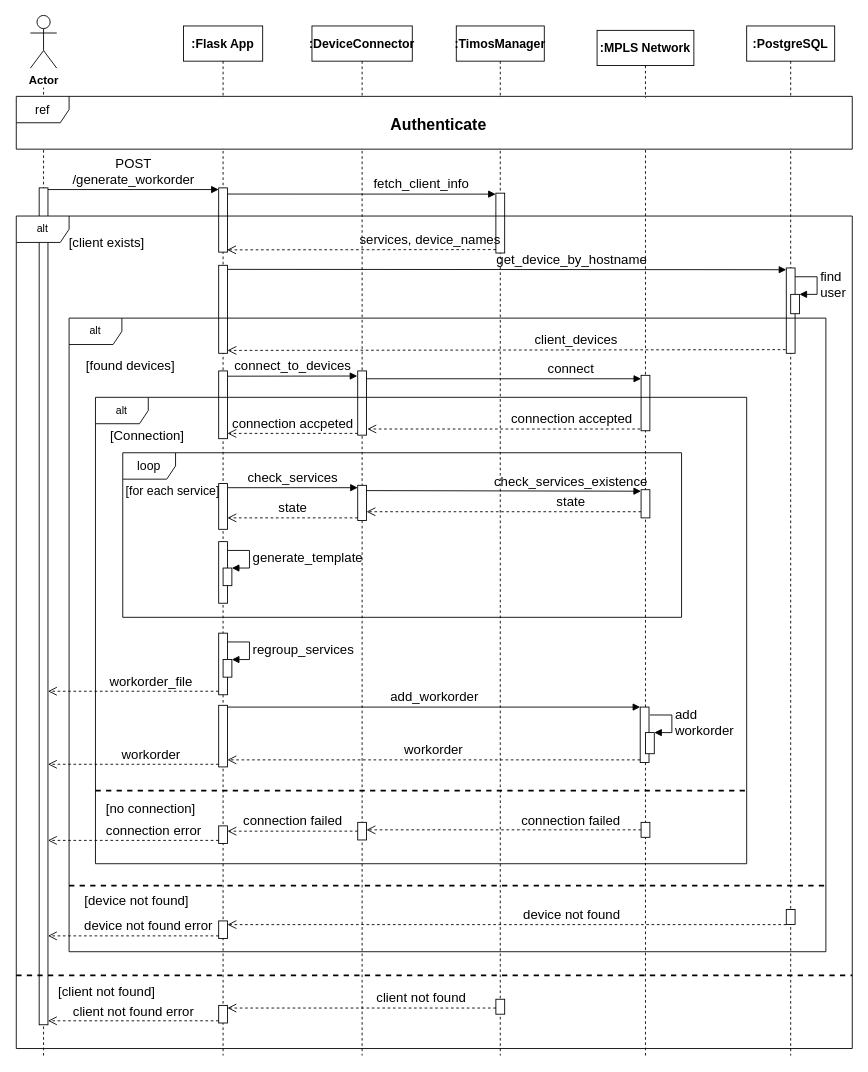
DrXneaky/Diagram keeps this draw.io diagram as sequence_generate_workorder.drawio. Above is the earlier version. Source tidied: cells renumbered, new cells numbered last; positions are measured from the earlier drawing's top-left corner, leaving out a move shared by most shapes. Both pictures are drawn from the tidied source at 88%, with x=0, y=0 at pixel (16, 15).
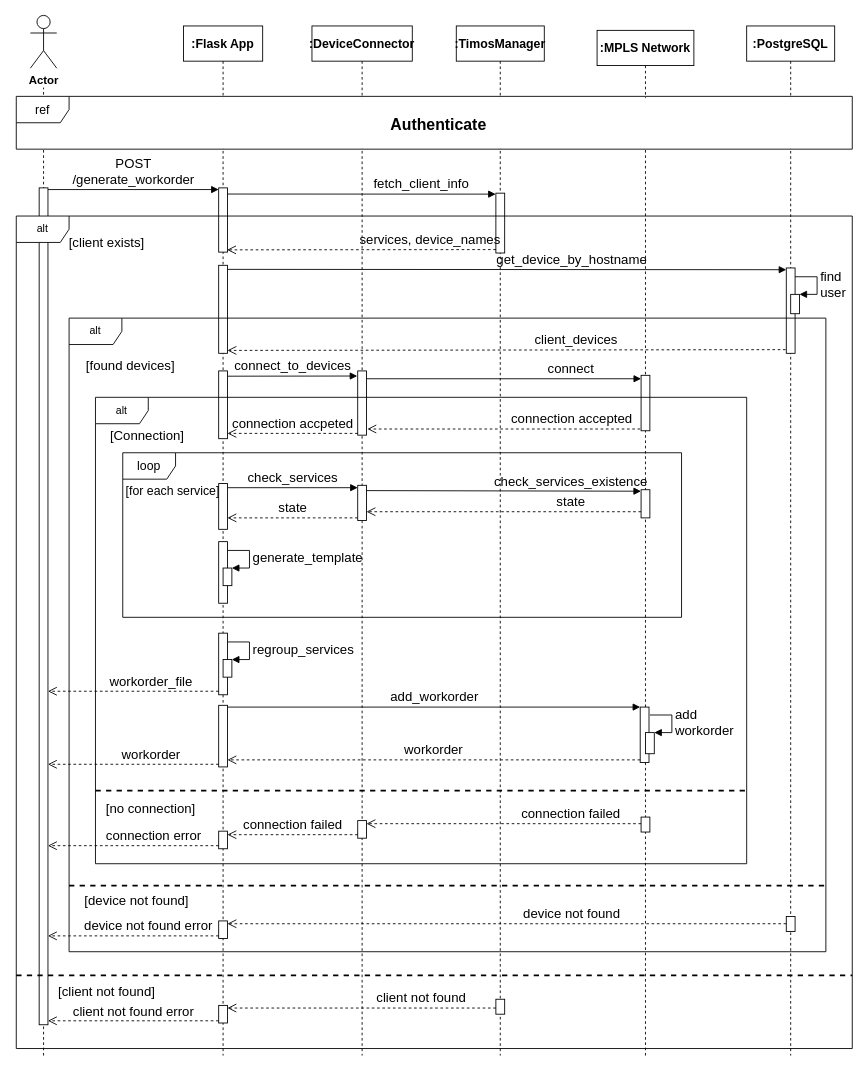
The same page after the edit.

Unchanged cells that the change refers to:
```xml
<mxCell id="3" value="&lt;font face=&quot;Old Standard TT&quot; size=&quot;1&quot;&gt;&lt;b style=&quot;font-size: 14px&quot;&gt;:DeviceConnector&lt;/b&gt;&lt;/font&gt;" style="shape=umlLifeline;perimeter=lifelinePerimeter;whiteSpace=wrap;html=1;" parent="1" vertex="1">
  <mxGeometry x="336" y="12" width="114" height="1170" as="geometry" />
</mxCell>
<mxCell id="13" value="&lt;font face=&quot;Old Standard TT&quot; size=&quot;1&quot;&gt;&lt;b style=&quot;font-size: 14px&quot;&gt;:PostgreSQL&lt;/b&gt;&lt;/font&gt;" style="shape=umlLifeline;perimeter=lifelinePerimeter;whiteSpace=wrap;html=1;" parent="1" vertex="1">
  <mxGeometry x="830" y="12" width="100" height="1170" as="geometry" />
</mxCell>
<mxCell id="20" value="&lt;font face=&quot;Old Standard TT&quot; size=&quot;1&quot;&gt;&lt;b style=&quot;font-size: 14px&quot;&gt;:MPLS Network&lt;/b&gt;&lt;/font&gt;" style="shape=umlLifeline;perimeter=lifelinePerimeter;whiteSpace=wrap;html=1;" parent="1" vertex="1">
  <mxGeometry x="660" y="17" width="110" height="1165" as="geometry" />
</mxCell>
<mxCell id="40" value="&lt;font face=&quot;Old Standard TT&quot; size=&quot;1&quot;&gt;&lt;b style=&quot;font-size: 14px&quot;&gt;:Flask App&lt;/b&gt;&lt;/font&gt;" style="shape=umlLifeline;perimeter=lifelinePerimeter;whiteSpace=wrap;html=1;" parent="1" vertex="1">
  <mxGeometry x="190" y="12" width="90" height="1170" as="geometry" />
</mxCell>
```

Diff of the diagram source:
```diff
@@
     <mxCell id="12" style="html=1;points=[];perimeter=orthogonalPerimeter;strokeWidth=1;fontFamily=Old Standard TT;fontSize=14;" parent="3" vertex="1">
-      <mxGeometry x="52" y="905" width="10" height="20" as="geometry" />
+      <mxGeometry x="52" y="903" width="10" height="20" as="geometry" />
     </mxCell>
@@
     <mxCell id="15" style="html=1;perimeter=orthogonalPerimeter;strokeWidth=1;fontFamily=Old Standard TT;fontSize=14;" parent="13" vertex="1">
-      <mxGeometry x="45" y="1004" width="10" height="17" as="geometry" />
+      <mxGeometry x="45" y="1012" width="10" height="17" as="geometry" />
     </mxCell>
@@
     <mxCell id="24" style="html=1;points=[];perimeter=orthogonalPerimeter;strokeWidth=1;fontFamily=Old Standard TT;fontSize=14;" parent="20" vertex="1">
-      <mxGeometry x="50" y="900" width="10" height="17" as="geometry" />
+      <mxGeometry x="50" y="894" width="10" height="17" as="geometry" />
     </mxCell>
@@
     <mxCell id="49" style="html=1;points=[];perimeter=orthogonalPerimeter;strokeWidth=1;fontFamily=Old Standard TT;fontSize=14;" parent="40" vertex="1">
-      <mxGeometry x="40" y="909" width="10" height="20" as="geometry" />
+      <mxGeometry x="40" y="915" width="10" height="20" as="geometry" />
     </mxCell>
@@
-    <mxCell id="53" value="&lt;font style=&quot;font-size: 15px&quot;&gt;connection failed&lt;/font&gt;" style="html=1;verticalAlign=bottom;endArrow=open;dashed=1;endSize=8;labelBackgroundColor=none;fontFamily=Old Standard TT;fontSize=14;" parent="1" edge="1" source="24" target="12">
-      <mxGeometry x="-0.49" relative="1" as="geometry" />
+    <mxCell id="53" value="&lt;font style=&quot;font-size: 15px&quot;&gt;connection failed&lt;/font&gt;" style="html=1;verticalAlign=bottom;endArrow=open;dashed=1;endSize=8;labelBackgroundColor=none;fontFamily=Old Standard TT;fontSize=14;" parent="1" edge="1">
+      <mxGeometry x="-0.49" relative="1" as="geometry">
+        <mxPoint x="710" y="918.5" as="sourcePoint" />
+        <mxPoint x="398" y="918.5" as="targetPoint" />
+      </mxGeometry>
     </mxCell>
     <mxCell id="54" value="&lt;font style=&quot;font-size: 15px&quot;&gt;connection error&lt;/font&gt;" style="html=1;verticalAlign=bottom;endArrow=open;dashed=1;endSize=8;labelBackgroundColor=none;fontFamily=Old Standard TT;fontSize=14;" parent="1" edge="1">
       <mxGeometry x="-0.24" relative="1" as="geometry">
-        <mxPoint x="230" y="937.5" as="sourcePoint" />
-        <mxPoint x="36" y="937.5" as="targetPoint" />
+        <mxPoint x="230" y="943.5" as="sourcePoint" />
+        <mxPoint x="36" y="943.5" as="targetPoint" />
       </mxGeometry>
     </mxCell>
@@
-    <mxCell id="62" value="&lt;font style=&quot;font-size: 15px&quot;&gt;connection failed&lt;/font&gt;" style="html=1;verticalAlign=bottom;endArrow=open;dashed=1;endSize=8;labelBackgroundColor=none;fontFamily=Old Standard TT;fontSize=14;" parent="1" edge="1" source="12" target="49">
-      <mxGeometry relative="1" as="geometry" />
+    <mxCell id="62" value="&lt;font style=&quot;font-size: 15px&quot;&gt;connection failed&lt;/font&gt;" style="html=1;verticalAlign=bottom;endArrow=open;dashed=1;endSize=8;labelBackgroundColor=none;fontFamily=Old Standard TT;fontSize=14;" parent="1" edge="1">
+      <mxGeometry relative="1" as="geometry">
+        <mxPoint x="388" y="931" as="sourcePoint" />
+        <mxPoint x="240" y="931" as="targetPoint" />
+      </mxGeometry>
     </mxCell>
@@
     <mxCell id="68" value="&lt;font style=&quot;font-size: 15px&quot;&gt;device not found&lt;/font&gt;" style="html=1;verticalAlign=bottom;endArrow=open;dashed=1;endSize=8;labelBackgroundColor=none;fontFamily=Old Standard TT;fontSize=14;" parent="1" edge="1">
       <mxGeometry x="-0.23" relative="1" as="geometry">
-        <mxPoint x="875" y="1033.2" as="sourcePoint" />
-        <mxPoint x="240" y="1033.2" as="targetPoint" />
+        <mxPoint x="875" y="1032.2" as="sourcePoint" />
+        <mxPoint x="240" y="1032.2" as="targetPoint" />
       </mxGeometry>
     </mxCell>
```
